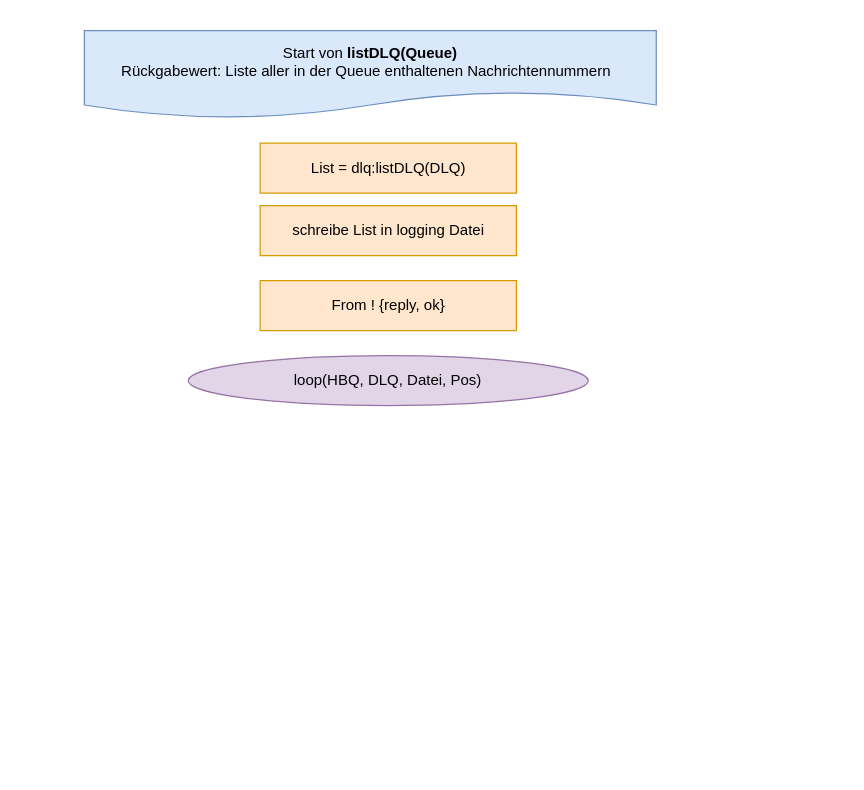
This is Grafiken:Bilder/draw.io/HBQ/5. listHBQ .drawio from krisschaaf/Hausarbeit_Erlang_Queues, a draw.io file, before an edit. Source tidied: cells renumbered, new cells numbered last; positions are measured from the earlier drawing's top-left corner, leaving out a move shared by most shapes. Both pictures are drawn from the tidied source at 125%, with x=0, y=0 at pixel (84, 30).
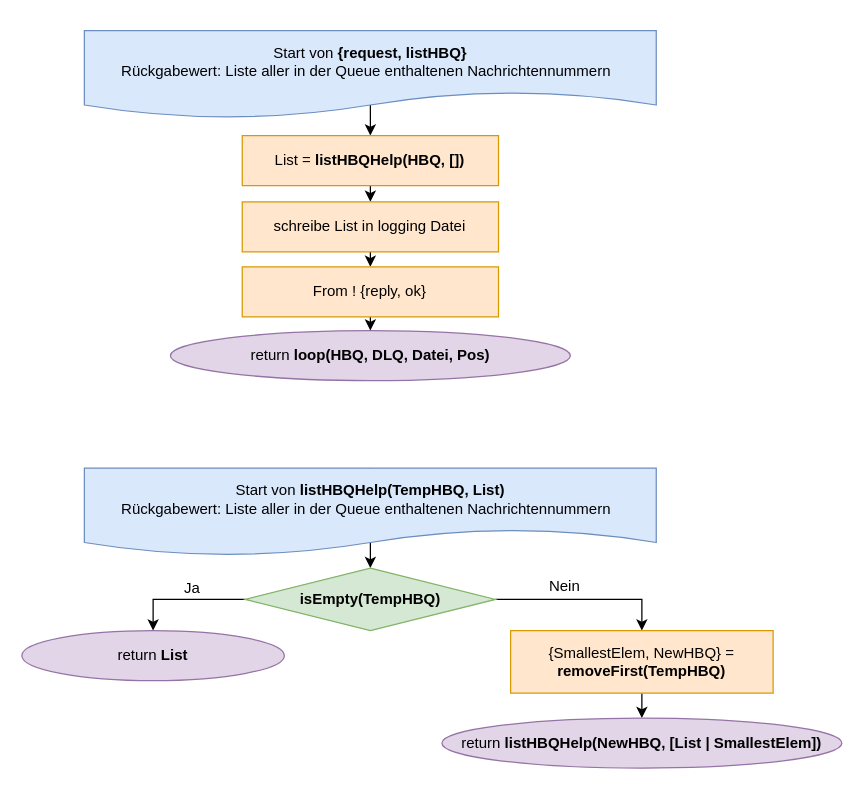
Above is the later version.

Change to the diagram source:
```diff
@@
+    <mxCell id="7" style="edgeStyle=orthogonalEdgeStyle;rounded=0;jettySize=auto;html=1;exitX=0.5;exitY=0;exitDx=0;exitDy=0;entryX=0.5;entryY=0;entryDx=0;entryDy=0;" parent="1" edge="1" source="2" target="4">
+      <mxGeometry relative="1" as="geometry">
+        <Array as="points">
+          <mxPoint x="229" y="10" />
+          <mxPoint x="229" y="10" />
+        </Array>
+      </mxGeometry>
+    </mxCell>
-    <mxCell id="2" value="Start von &lt;b&gt;listDLQ(Queue)&lt;/b&gt;&lt;br&gt;Rückgabewert: Liste aller in der Queue enthaltenen Nachrichtennummern&amp;nbsp;&amp;nbsp;" style="shape=document;whiteSpace=wrap;html=1;boundedLbl=1;fillColor=#dae8fc;strokeColor=#6c8ebf;" parent="1" vertex="1">
+    <mxCell id="2" value="Start von &lt;b&gt;{request, listHBQ}&lt;/b&gt;&lt;br&gt;Rückgabewert: Liste aller in der Queue enthaltenen Nachrichtennummern&amp;nbsp;&amp;nbsp;" style="shape=document;whiteSpace=wrap;html=1;boundedLbl=1;fillColor=#dae8fc;strokeColor=#6c8ebf;" parent="1" vertex="1">
       <mxGeometry width="457.5" height="70" as="geometry" />
     </mxCell>
-    <mxCell id="3" value="loop(HBQ, DLQ, Datei, Pos)" style="ellipse;whiteSpace=wrap;html=1;rounded=0;fillColor=#e1d5e7;strokeColor=#9673a6;" parent="1" vertex="1">
-      <mxGeometry x="83.1" y="260" width="320" height="40" as="geometry" />
+    <mxCell id="3" value="return&lt;b&gt; loop(HBQ, DLQ, Datei, Pos)&lt;/b&gt;" style="ellipse;whiteSpace=wrap;html=1;rounded=0;fillColor=#e1d5e7;strokeColor=#9673a6;" parent="1" vertex="1">
+      <mxGeometry x="68.8" y="240" width="320" height="40" as="geometry" />
     </mxCell>
+    <mxCell id="8" style="edgeStyle=orthogonalEdgeStyle;rounded=0;jettySize=auto;html=1;exitX=0.5;exitY=1;exitDx=0;exitDy=0;entryX=0.5;entryY=0;entryDx=0;entryDy=0;" parent="1" edge="1" source="4" target="5">
+      <mxGeometry relative="1" as="geometry" />
+    </mxCell>
-    <mxCell id="4" value="List = dlq:listDLQ(DLQ)" style="rounded=0;whiteSpace=wrap;html=1;fillColor=#ffe6cc;strokeColor=#d79b00;" parent="1" vertex="1">
-      <mxGeometry x="140.6" y="90" width="205" height="40" as="geometry" />
+    <mxCell id="4" value="List = &lt;b&gt;listHBQHelp(HBQ, [])&lt;/b&gt;" style="rounded=0;whiteSpace=wrap;html=1;fillColor=#ffe6cc;strokeColor=#d79b00;" parent="1" vertex="1">
+      <mxGeometry x="126.3" y="84" width="205" height="40" as="geometry" />
     </mxCell>
+    <mxCell id="9" style="edgeStyle=orthogonalEdgeStyle;rounded=0;jettySize=auto;html=1;exitX=0.5;exitY=1;exitDx=0;exitDy=0;entryX=0.5;entryY=0;entryDx=0;entryDy=0;" parent="1" edge="1" source="5" target="6">
+      <mxGeometry relative="1" as="geometry" />
+    </mxCell>
     <mxCell id="5" value="schreibe List in logging Datei" style="rounded=0;whiteSpace=wrap;html=1;fillColor=#ffe6cc;strokeColor=#d79b00;" parent="1" vertex="1">
-      <mxGeometry x="140.6" y="140" width="205" height="40" as="geometry" />
+      <mxGeometry x="126.3" y="137" width="205" height="40" as="geometry" />
     </mxCell>
+    <mxCell id="10" style="edgeStyle=orthogonalEdgeStyle;rounded=0;jettySize=auto;html=1;exitX=0.5;exitY=1;exitDx=0;exitDy=0;entryX=0.5;entryY=0;entryDx=0;entryDy=0;" parent="1" edge="1" source="6" target="3">
+      <mxGeometry relative="1" as="geometry" />
+    </mxCell>
     <mxCell id="6" value="From ! {reply, ok}" style="rounded=0;whiteSpace=wrap;html=1;fillColor=#ffe6cc;strokeColor=#d79b00;" parent="1" vertex="1">
-      <mxGeometry x="140.6" y="200" width="205" height="40" as="geometry" />
+      <mxGeometry x="126.3" y="189" width="205" height="40" as="geometry" />
     </mxCell>
+    <mxCell id="11" style="edgeStyle=orthogonalEdgeStyle;rounded=0;jettySize=auto;html=1;exitX=0.5;exitY=0;exitDx=0;exitDy=0;entryX=0.5;entryY=0;entryDx=0;entryDy=0;" parent="1" edge="1" source="12" target="15">
+      <mxGeometry relative="1" as="geometry">
+        <Array as="points">
+          <mxPoint x="229" y="400" />
+          <mxPoint x="229" y="400" />
+        </Array>
+      </mxGeometry>
+    </mxCell>
+    <mxCell id="12" value="Start von &lt;b&gt;listHBQHelp(TempHBQ, List)&lt;/b&gt;&lt;br&gt;Rückgabewert: Liste aller in der Queue enthaltenen Nachrichtennummern&amp;nbsp;&amp;nbsp;" style="shape=document;whiteSpace=wrap;html=1;boundedLbl=1;fillColor=#dae8fc;strokeColor=#6c8ebf;" parent="1" vertex="1">
+      <mxGeometry y="350" width="457.5" height="70" as="geometry" />
+    </mxCell>
+    <mxCell id="13" style="edgeStyle=orthogonalEdgeStyle;rounded=0;jettySize=auto;html=1;exitX=0;exitY=0.5;exitDx=0;exitDy=0;entryX=0.5;entryY=0;entryDx=0;entryDy=0;" parent="1" edge="1" source="15" target="16">
+      <mxGeometry relative="1" as="geometry" />
+    </mxCell>
+    <mxCell id="14" style="edgeStyle=orthogonalEdgeStyle;rounded=0;jettySize=auto;html=1;exitX=1;exitY=0.5;exitDx=0;exitDy=0;entryX=0.5;entryY=0;entryDx=0;entryDy=0;" parent="1" edge="1" source="15" target="18">
+      <mxGeometry relative="1" as="geometry" />
+    </mxCell>
+    <mxCell id="15" value="isEmpty(TempHBQ)" style="rhombus;whiteSpace=wrap;html=1;rounded=0;fillColor=#d5e8d4;strokeColor=#82b366;fontStyle=1;" parent="1" vertex="1">
+      <mxGeometry x="128.8" y="430" width="200" height="50" as="geometry" />
+    </mxCell>
+    <mxCell id="16" value="return &lt;b&gt;List&lt;/b&gt;" style="ellipse;whiteSpace=wrap;html=1;rounded=0;fillColor=#e1d5e7;strokeColor=#9673a6;" parent="1" vertex="1">
+      <mxGeometry x="-50" y="480" width="210" height="40" as="geometry" />
+    </mxCell>
+    <mxCell id="17" style="edgeStyle=orthogonalEdgeStyle;rounded=0;jettySize=auto;html=1;exitX=0.5;exitY=1;exitDx=0;exitDy=0;entryX=0.5;entryY=0;entryDx=0;entryDy=0;" parent="1" edge="1" source="18" target="19">
+      <mxGeometry relative="1" as="geometry" />
+    </mxCell>
+    <mxCell id="18" value="{SmallestElem, NewHBQ} =&lt;br&gt;&lt;b&gt;removeFirst(TempHBQ)&lt;/b&gt;" style="rounded=0;whiteSpace=wrap;html=1;fillColor=#ffe6cc;strokeColor=#d79b00;" parent="1" vertex="1">
+      <mxGeometry x="341" y="480" width="210" height="50" as="geometry" />
+    </mxCell>
+    <mxCell id="19" value="return &lt;b&gt;listHBQHelp(NewHBQ, [List | SmallestElem])&lt;/b&gt;" style="ellipse;whiteSpace=wrap;html=1;rounded=0;fillColor=#e1d5e7;strokeColor=#9673a6;" parent="1" vertex="1">
+      <mxGeometry x="286" y="550" width="320" height="40" as="geometry" />
+    </mxCell>
+    <mxCell id="20" value="Ja" style="text;html=1;align=center;verticalAlign=middle;strokeColor=none;fillColor=none;" parent="1" vertex="1">
+      <mxGeometry x="71" y="436" width="30" height="20" as="geometry" />
+    </mxCell>
+    <mxCell id="21" value="Nein" style="text;html=1;align=center;verticalAlign=middle;strokeColor=none;fillColor=none;" parent="1" vertex="1">
+      <mxGeometry x="364" y="435" width="40" height="20" as="geometry" />
+    </mxCell>
```
